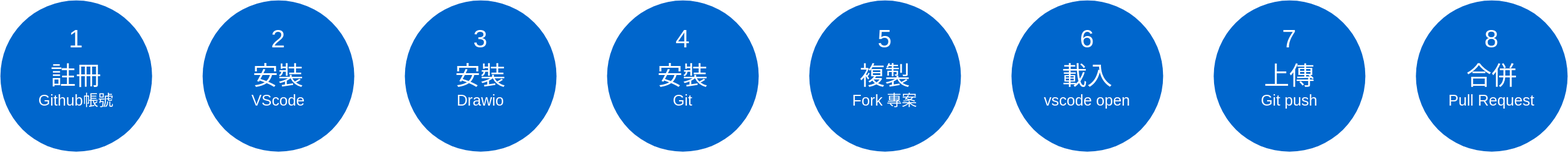
This is contribution/images/step.drawio.svg from losehrt/nhi_flows, a draw.io export, as it was before one commit. Source tidied: cells renumbered, new cells last; positions are measured from the earlier drawing's top-left corner, leaving out a move shared by most shapes.
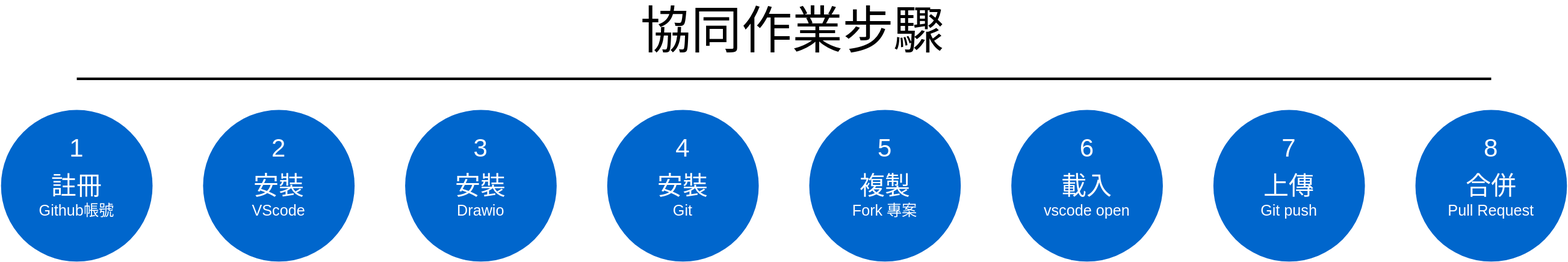
The same file after the commit.

Commit message:
add: 新增協作說明

What changed in the source:
```diff
@@ -113,5 +113,14 @@
     <mxCell id="38" value="Pull Request" style="text;html=1;strokeColor=none;fillColor=none;align=center;verticalAlign=middle;whiteSpace=wrap;rounded=0;fontSize=18;fontColor=#FFFFFF;" parent="34" vertex="1">
       <mxGeometry x="10" y="105" width="160" height="30" as="geometry" />
     </mxCell>
+    <mxCell id="39" style="endArrow=none;html=1;fontSize=18;fontColor=#FFFFFF;strokeWidth=3;" parent="1" edge="1">
+      <mxGeometry relative="1" as="geometry">
+        <mxPoint x="90" y="-37" as="sourcePoint" />
+        <mxPoint x="1770" y="-37" as="targetPoint" />
+      </mxGeometry>
+    </mxCell>
+    <mxCell id="40" value="協同作業步驟" style="text;html=1;strokeColor=none;fillColor=none;align=center;verticalAlign=middle;whiteSpace=wrap;rounded=0;fontSize=60;fontColor=#000000;" parent="1" vertex="1">
+      <mxGeometry x="730" y="-109" width="420" height="30" as="geometry" />
+    </mxCell>
   </root>
 </mxGraphModel>
```
